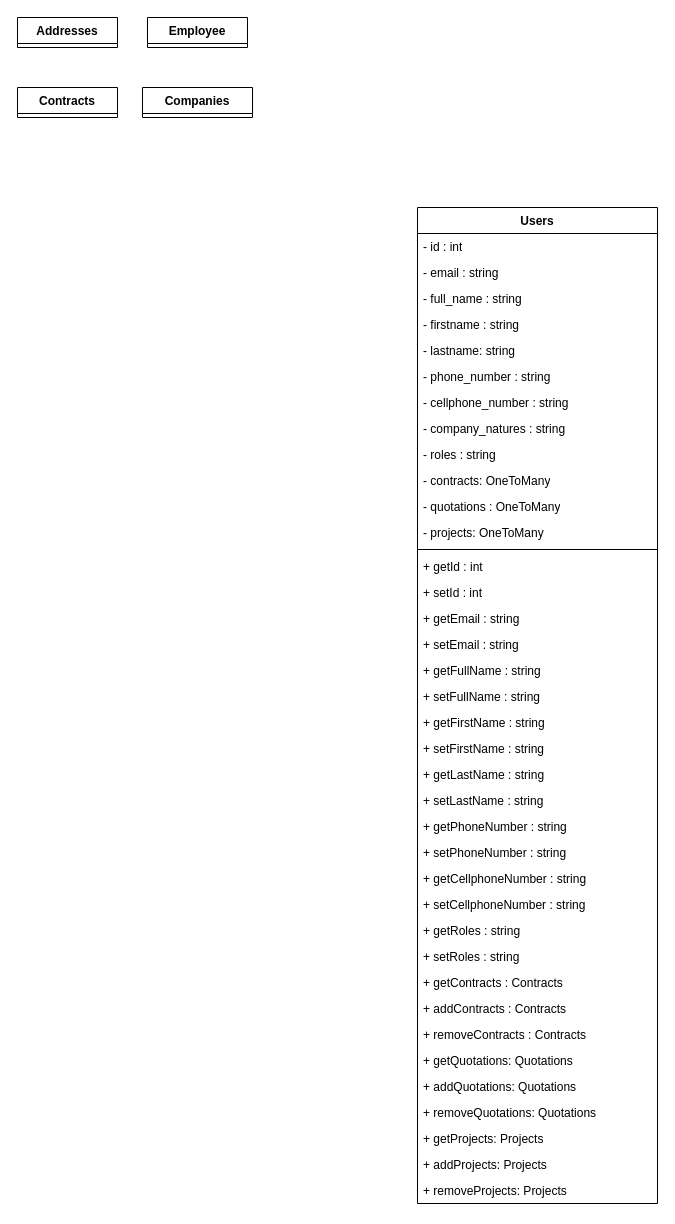
This is Diagramme sans nom.drawio from Eaulmesse/upit_erp_dev, a draw.io file, before an edit. Source tidied: cells renumbered, new cells numbered last; positions are measured from the earlier drawing's top-left corner, leaving out a move shared by most shapes. Both pictures are drawn from the tidied source at 100%, with x=0, y=0 at pixel (17, 17).
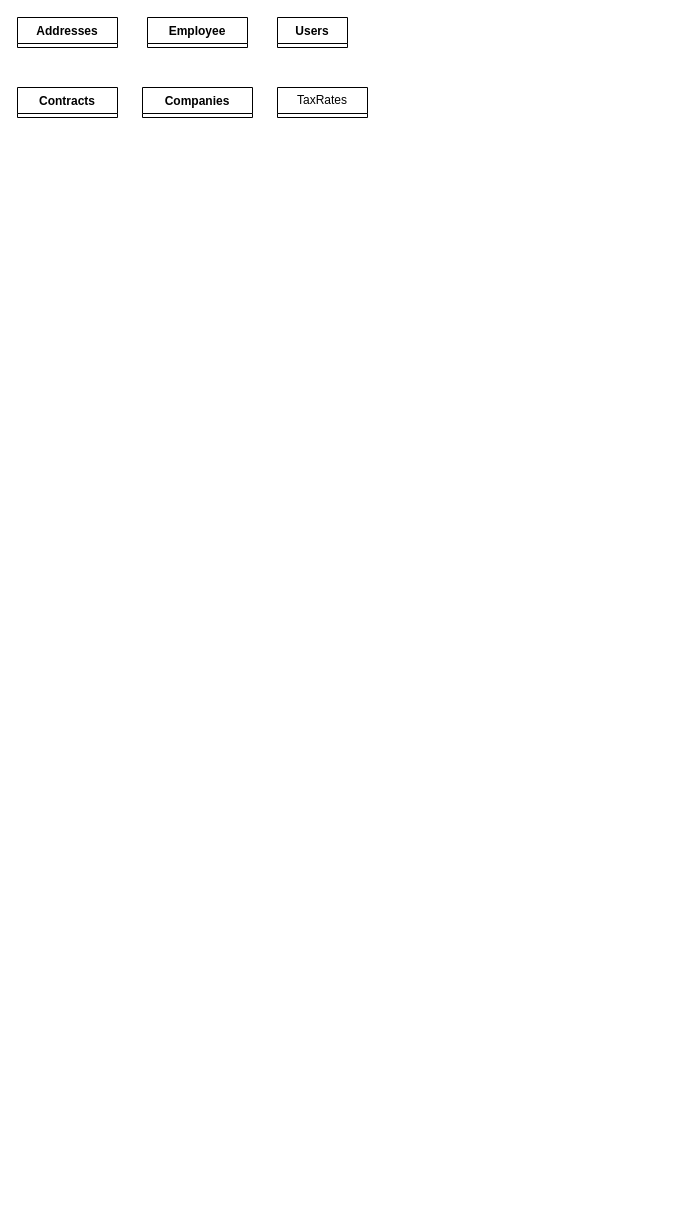
After the change.

What changed in the source:
```diff
@@
-    <mxCell id="6" value="Users" style="swimlane;fontStyle=1;align=center;verticalAlign=top;horizontal=1;startSize=26;whiteSpace=wrap;html=1;" parent="1" vertex="1">
-      <mxGeometry x="400" y="190" width="240" height="996" as="geometry" />
+    <mxCell id="6" value="Users" style="swimlane;fontStyle=1;align=center;verticalAlign=top;horizontal=1;startSize=26;whiteSpace=wrap;html=1;" parent="1" vertex="1" collapsed="1">
+      <mxGeometry x="260" width="70" height="30" as="geometry" />
     </mxCell>
-    <mxCell id="7" value="- id : int" style="text;strokeColor=none;fillColor=none;align=left;verticalAlign=top;spacingLeft=4;spacingRight=4;overflow=hidden;whiteSpace=wrap;html=1;" parent="6" vertex="1">
-      <mxGeometry y="26" width="240" height="26" as="geometry" />
-    </mxCell>
-    <mxCell id="8" value="- email : string" style="text;strokeColor=none;fillColor=none;align=left;verticalAlign=top;spacingLeft=4;spacingRight=4;overflow=hidden;whiteSpace=wrap;html=1;" parent="6" vertex="1">
-      <mxGeometry y="52" width="240" height="26" as="geometry" />
-    </mxCell>
-    <mxCell id="9" value="- full_name : string" style="text;strokeColor=none;fillColor=none;align=left;verticalAlign=top;spacingLeft=4;spacingRight=4;overflow=hidden;whiteSpace=wrap;html=1;" parent="6" vertex="1">
-      <mxGeometry y="78" width="240" height="26" as="geometry" />
-    </mxCell>
-    <mxCell id="10" value="- firstname : string" style="text;strokeColor=none;fillColor=none;align=left;verticalAlign=top;spacingLeft=4;spacingRight=4;overflow=hidden;whiteSpace=wrap;html=1;" parent="6" vertex="1">
-      <mxGeometry y="104" width="240" height="26" as="geometry" />
-    </mxCell>
-    <mxCell id="11" value="- lastname: string" style="text;strokeColor=none;fillColor=none;align=left;verticalAlign=top;spacingLeft=4;spacingRight=4;overflow=hidden;whiteSpace=wrap;html=1;" parent="6" vertex="1">
-      <mxGeometry y="130" width="240" height="26" as="geometry" />
-    </mxCell>
-    <mxCell id="12" value="- phone_number : string" style="text;strokeColor=none;fillColor=none;align=left;verticalAlign=top;spacingLeft=4;spacingRight=4;overflow=hidden;whiteSpace=wrap;html=1;" parent="6" vertex="1">
-      <mxGeometry y="156" width="240" height="26" as="geometry" />
-    </mxCell>
-    <mxCell id="13" value="- cellphone_number : string" style="text;strokeColor=none;fillColor=none;align=left;verticalAlign=top;spacingLeft=4;spacingRight=4;overflow=hidden;whiteSpace=wrap;html=1;" parent="6" vertex="1">
-      <mxGeometry y="182" width="240" height="26" as="geometry" />
-    </mxCell>
-    <mxCell id="14" value="- company_natures : string" style="text;strokeColor=none;fillColor=none;align=left;verticalAlign=top;spacingLeft=4;spacingRight=4;overflow=hidden;whiteSpace=wrap;html=1;" parent="6" vertex="1">
-      <mxGeometry y="208" width="240" height="26" as="geometry" />
-    </mxCell>
-    <mxCell id="15" value="- roles : string" style="text;strokeColor=none;fillColor=none;align=left;verticalAlign=top;spacingLeft=4;spacingRight=4;overflow=hidden;whiteSpace=wrap;html=1;" parent="6" vertex="1">
-      <mxGeometry y="234" width="240" height="26" as="geometry" />
-    </mxCell>
-    <mxCell id="16" value="- contracts: OneToMany" style="text;strokeColor=none;fillColor=none;align=left;verticalAlign=top;spacingLeft=4;spacingRight=4;overflow=hidden;whiteSpace=wrap;html=1;" parent="6" vertex="1">
-      <mxGeometry y="260" width="240" height="26" as="geometry" />
-    </mxCell>
-    <mxCell id="17" value="- quotations : OneToMany" style="text;strokeColor=none;fillColor=none;align=left;verticalAlign=top;spacingLeft=4;spacingRight=4;overflow=hidden;whiteSpace=wrap;html=1;" parent="6" vertex="1">
-      <mxGeometry y="286" width="240" height="26" as="geometry" />
-    </mxCell>
-    <mxCell id="18" value="- projects: OneToMany" style="text;strokeColor=none;fillColor=none;align=left;verticalAlign=top;spacingLeft=4;spacingRight=4;overflow=hidden;whiteSpace=wrap;html=1;" parent="6" vertex="1">
-      <mxGeometry y="312" width="240" height="26" as="geometry" />
-    </mxCell>
-    <mxCell id="19" style="line;strokeWidth=1;fillColor=none;align=left;verticalAlign=middle;spacingTop=-1;spacingLeft=3;spacingRight=3;labelPosition=right;strokeColor=inherit;" parent="6" vertex="1">
-      <mxGeometry y="338" width="240" height="8" as="geometry" />
-    </mxCell>
-    <mxCell id="20" value="+ getId : int" style="text;strokeColor=none;fillColor=none;align=left;verticalAlign=top;spacingLeft=4;spacingRight=4;overflow=hidden;whiteSpace=wrap;html=1;" parent="6" vertex="1">
-      <mxGeometry y="346" width="240" height="26" as="geometry" />
-    </mxCell>
-    <mxCell id="21" value="+ setId : int" style="text;strokeColor=none;fillColor=none;align=left;verticalAlign=top;spacingLeft=4;spacingRight=4;overflow=hidden;whiteSpace=wrap;html=1;" parent="6" vertex="1">
-      <mxGeometry y="372" width="240" height="26" as="geometry" />
-    </mxCell>
-    <mxCell id="22" value="+ getEmail : string" style="text;strokeColor=none;fillColor=none;align=left;verticalAlign=top;spacingLeft=4;spacingRight=4;overflow=hidden;whiteSpace=wrap;html=1;" parent="6" vertex="1">
-      <mxGeometry y="398" width="240" height="26" as="geometry" />
-    </mxCell>
-    <mxCell id="23" value="+ setEmail : string" style="text;strokeColor=none;fillColor=none;align=left;verticalAlign=top;spacingLeft=4;spacingRight=4;overflow=hidden;whiteSpace=wrap;html=1;" parent="6" vertex="1">
-      <mxGeometry y="424" width="240" height="26" as="geometry" />
-    </mxCell>
-    <mxCell id="24" value="+ getFullName : string" style="text;strokeColor=none;fillColor=none;align=left;verticalAlign=top;spacingLeft=4;spacingRight=4;overflow=hidden;whiteSpace=wrap;html=1;" parent="6" vertex="1">
-      <mxGeometry y="450" width="240" height="26" as="geometry" />
-    </mxCell>
-    <mxCell id="25" value="+ setFullName : string" style="text;strokeColor=none;fillColor=none;align=left;verticalAlign=top;spacingLeft=4;spacingRight=4;overflow=hidden;whiteSpace=wrap;html=1;" parent="6" vertex="1">
-      <mxGeometry y="476" width="240" height="26" as="geometry" />
-    </mxCell>
-    <mxCell id="26" value="+ getFirstName : string" style="text;strokeColor=none;fillColor=none;align=left;verticalAlign=top;spacingLeft=4;spacingRight=4;overflow=hidden;whiteSpace=wrap;html=1;" parent="6" vertex="1">
-      <mxGeometry y="502" width="240" height="26" as="geometry" />
-    </mxCell>
-    <mxCell id="27" value="+ setFirstName : string" style="text;strokeColor=none;fillColor=none;align=left;verticalAlign=top;spacingLeft=4;spacingRight=4;overflow=hidden;whiteSpace=wrap;html=1;" parent="6" vertex="1">
-      <mxGeometry y="528" width="240" height="26" as="geometry" />
-    </mxCell>
-    <mxCell id="28" value="+ getLastName : string" style="text;strokeColor=none;fillColor=none;align=left;verticalAlign=top;spacingLeft=4;spacingRight=4;overflow=hidden;whiteSpace=wrap;html=1;" parent="6" vertex="1">
-      <mxGeometry y="554" width="240" height="26" as="geometry" />
-    </mxCell>
-    <mxCell id="29" value="+ setLastName : string" style="text;strokeColor=none;fillColor=none;align=left;verticalAlign=top;spacingLeft=4;spacingRight=4;overflow=hidden;whiteSpace=wrap;html=1;" parent="6" vertex="1">
-      <mxGeometry y="580" width="240" height="26" as="geometry" />
-    </mxCell>
-    <mxCell id="30" value="+ getPhoneNumber : string" style="text;strokeColor=none;fillColor=none;align=left;verticalAlign=top;spacingLeft=4;spacingRight=4;overflow=hidden;whiteSpace=wrap;html=1;" parent="6" vertex="1">
-      <mxGeometry y="606" width="240" height="26" as="geometry" />
-    </mxCell>
-    <mxCell id="31" value="+ setPhoneNumber : string" style="text;strokeColor=none;fillColor=none;align=left;verticalAlign=top;spacingLeft=4;spacingRight=4;overflow=hidden;whiteSpace=wrap;html=1;" parent="6" vertex="1">
-      <mxGeometry y="632" width="240" height="26" as="geometry" />
-    </mxCell>
-    <mxCell id="32" value="+ getCellphoneNumber : string" style="text;strokeColor=none;fillColor=none;align=left;verticalAlign=top;spacingLeft=4;spacingRight=4;overflow=hidden;whiteSpace=wrap;html=1;" parent="6" vertex="1">
-      <mxGeometry y="658" width="240" height="26" as="geometry" />
-    </mxCell>
-    <mxCell id="33" value="+ setCellphoneNumber : string" style="text;strokeColor=none;fillColor=none;align=left;verticalAlign=top;spacingLeft=4;spacingRight=4;overflow=hidden;whiteSpace=wrap;html=1;" parent="6" vertex="1">
-      <mxGeometry y="684" width="240" height="26" as="geometry" />
-    </mxCell>
-    <mxCell id="34" value="+ getRoles : string" style="text;strokeColor=none;fillColor=none;align=left;verticalAlign=top;spacingLeft=4;spacingRight=4;overflow=hidden;whiteSpace=wrap;html=1;" parent="6" vertex="1">
-      <mxGeometry y="710" width="240" height="26" as="geometry" />
-    </mxCell>
-    <mxCell id="35" value="+ setRoles : string" style="text;strokeColor=none;fillColor=none;align=left;verticalAlign=top;spacingLeft=4;spacingRight=4;overflow=hidden;whiteSpace=wrap;html=1;" parent="6" vertex="1">
-      <mxGeometry y="736" width="240" height="26" as="geometry" />
-    </mxCell>
-    <mxCell id="36" value="+ getContracts : Contracts" style="text;strokeColor=none;fillColor=none;align=left;verticalAlign=top;spacingLeft=4;spacingRight=4;overflow=hidden;whiteSpace=wrap;html=1;" parent="6" vertex="1">
-      <mxGeometry y="762" width="240" height="26" as="geometry" />
-    </mxCell>
-    <mxCell id="37" value="+ addContracts : Contracts" style="text;strokeColor=none;fillColor=none;align=left;verticalAlign=top;spacingLeft=4;spacingRight=4;overflow=hidden;whiteSpace=wrap;html=1;" parent="6" vertex="1">
-      <mxGeometry y="788" width="240" height="26" as="geometry" />
-    </mxCell>
-    <mxCell id="38" value="+ removeContracts : Contracts" style="text;strokeColor=none;fillColor=none;align=left;verticalAlign=top;spacingLeft=4;spacingRight=4;overflow=hidden;whiteSpace=wrap;html=1;" parent="6" vertex="1">
-      <mxGeometry y="814" width="240" height="26" as="geometry" />
-    </mxCell>
-    <mxCell id="39" value="+ getQuotations: Quotations" style="text;strokeColor=none;fillColor=none;align=left;verticalAlign=top;spacingLeft=4;spacingRight=4;overflow=hidden;whiteSpace=wrap;html=1;" parent="6" vertex="1">
-      <mxGeometry y="840" width="240" height="26" as="geometry" />
-    </mxCell>
-    <mxCell id="40" value="+ addQuotations: Quotations" style="text;strokeColor=none;fillColor=none;align=left;verticalAlign=top;spacingLeft=4;spacingRight=4;overflow=hidden;whiteSpace=wrap;html=1;" parent="6" vertex="1">
-      <mxGeometry y="866" width="240" height="26" as="geometry" />
-    </mxCell>
-    <mxCell id="41" value="+ removeQuotations: Quotations" style="text;strokeColor=none;fillColor=none;align=left;verticalAlign=top;spacingLeft=4;spacingRight=4;overflow=hidden;whiteSpace=wrap;html=1;" parent="6" vertex="1">
-      <mxGeometry y="892" width="240" height="26" as="geometry" />
-    </mxCell>
-    <mxCell id="42" value="+ getProjects: Projects" style="text;strokeColor=none;fillColor=none;align=left;verticalAlign=top;spacingLeft=4;spacingRight=4;overflow=hidden;whiteSpace=wrap;html=1;" parent="6" vertex="1">
-      <mxGeometry y="918" width="240" height="26" as="geometry" />
-    </mxCell>
-    <mxCell id="43" value="+ addProjects: Projects" style="text;strokeColor=none;fillColor=none;align=left;verticalAlign=top;spacingLeft=4;spacingRight=4;overflow=hidden;whiteSpace=wrap;html=1;" parent="6" vertex="1">
-      <mxGeometry y="944" width="240" height="26" as="geometry" />
-    </mxCell>
-    <mxCell id="44" value="+ removeProjects: Projects" style="text;strokeColor=none;fillColor=none;align=left;verticalAlign=top;spacingLeft=4;spacingRight=4;overflow=hidden;whiteSpace=wrap;html=1;" parent="6" vertex="1">
-      <mxGeometry y="970" width="240" height="26" as="geometry" />
-    </mxCell>
+    <mxCell id="45" value="TaxRates" style="swimlane;fontStyle=0;horizontal=1;startSize=26;fillColor=none;whiteSpace=wrap;html=1;" parent="1" vertex="1" collapsed="1">
+      <mxGeometry x="260" y="70" width="90" height="30" as="geometry" />
+    </mxCell>
```
